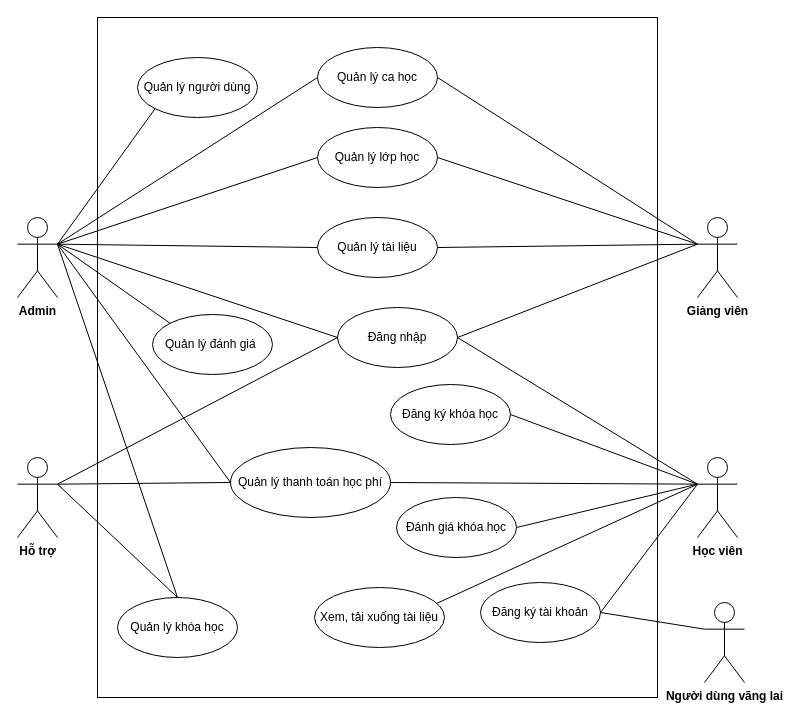
Before: page "Usecase tổng quát" (1 of 3) of usecase.drawio in dctuyen/myFinalYearProject, a draw.io diagram. Source tidied: cells renumbered, new cells numbered last; positions are measured from the earlier drawing's top-left corner, leaving out a move shared by most shapes. Both pictures are drawn from the tidied source at 100%, with x=0, y=0 at pixel (17, 17).
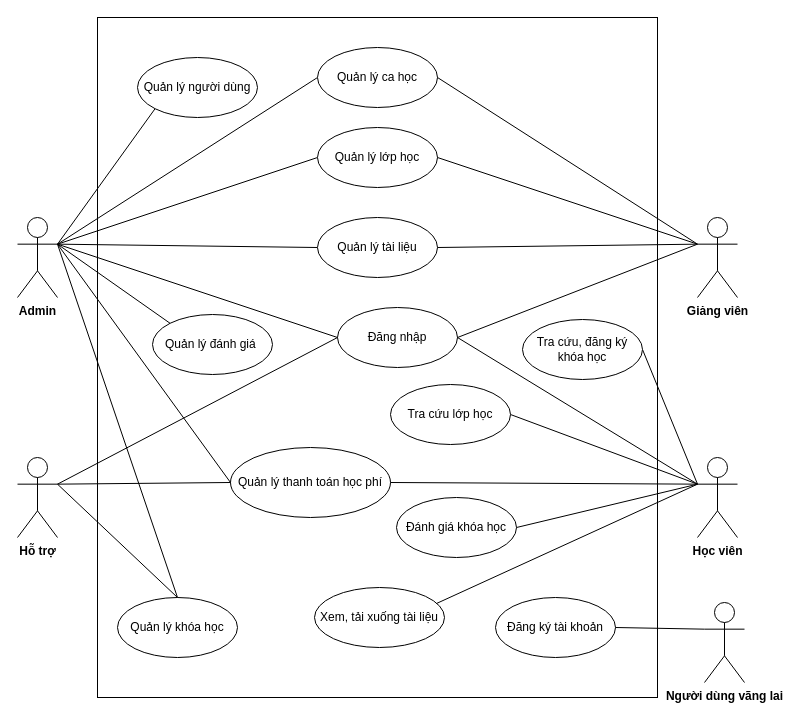
Above is the later version.

The change refers to these unchanged cells:
```xml
<mxCell id="21" value="&lt;b&gt;Học viên&lt;/b&gt;" style="shape=umlActor;verticalLabelPosition=bottom;verticalAlign=top;html=1;outlineConnect=0;" parent="1" vertex="1">
  <mxGeometry x="680" y="440" width="40" height="80" as="geometry" />
</mxCell>
```

Change to the diagram source:
```diff
@@
     <mxCell id="34" value="Đăng ký tài khoản" style="ellipse;whiteSpace=wrap;html=1;verticalAlign=middle;" parent="1" vertex="1">
-      <mxGeometry x="463" y="565" width="120" height="60" as="geometry" />
+      <mxGeometry x="478" y="580" width="120" height="60" as="geometry" />
     </mxCell>
-    <mxCell id="35" style="edgeStyle=none;rounded=1;jettySize=auto;html=1;endArrow=none;endFill=0;entryX=1;entryY=0.5;entryDx=0;entryDy=0;exitX=0;exitY=0.3333333333333333;exitDx=0;exitDy=0;exitPerimeter=0;" parent="1" edge="1" source="21" target="34">
-      <mxGeometry relative="1" as="geometry" />
-    </mxCell>
@@
-    <mxCell id="40" value="Đăng ký khóa học" style="ellipse;whiteSpace=wrap;html=1;verticalAlign=middle;" parent="1" vertex="1">
+    <mxCell id="40" value="Tra cứu lớp học" style="ellipse;whiteSpace=wrap;html=1;verticalAlign=middle;" parent="1" vertex="1">
       <mxGeometry x="373" y="367" width="120" height="60" as="geometry" />
     </mxCell>
@@
+    <mxCell id="42" style="edgeStyle=none;rounded=1;jettySize=auto;html=1;endArrow=none;endFill=0;exitX=0;exitY=0.3333333333333333;exitDx=0;exitDy=0;exitPerimeter=0;entryX=1;entryY=0.5;entryDx=0;entryDy=0;" parent="1" edge="1" source="21" target="43">
+      <mxGeometry relative="1" as="geometry" />
+    </mxCell>
+    <mxCell id="43" value="Tra cứu, đăng ký khóa học" style="ellipse;whiteSpace=wrap;html=1;verticalAlign=middle;" parent="1" vertex="1">
+      <mxGeometry x="505" y="302" width="120" height="60" as="geometry" />
+    </mxCell>
```
